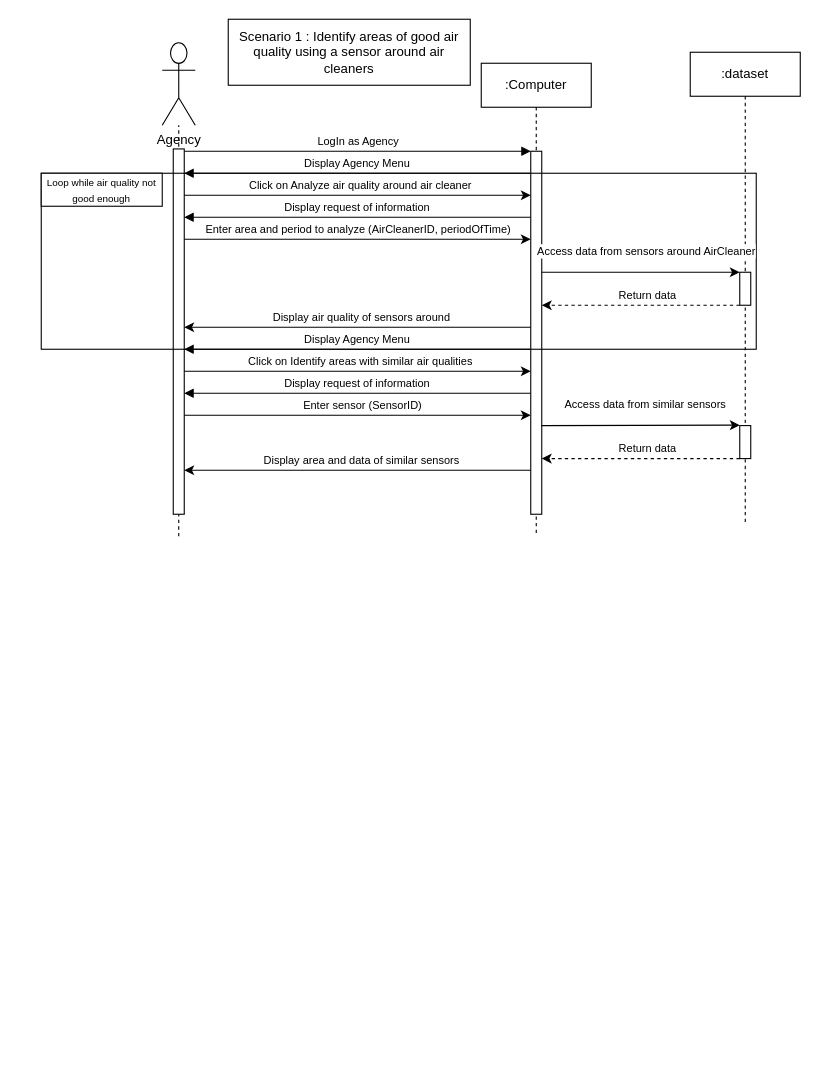
Above: Diagramme sans nom.drawio in Florian-LeVasseur/UML (draw.io), before the change. Source tidied: cells renumbered, new cells numbered last; positions are measured from the earlier drawing's top-left corner, leaving out a move shared by most shapes. Both pictures are drawn from the tidied source at 110%, with x=0, y=0 at pixel (41, 19).
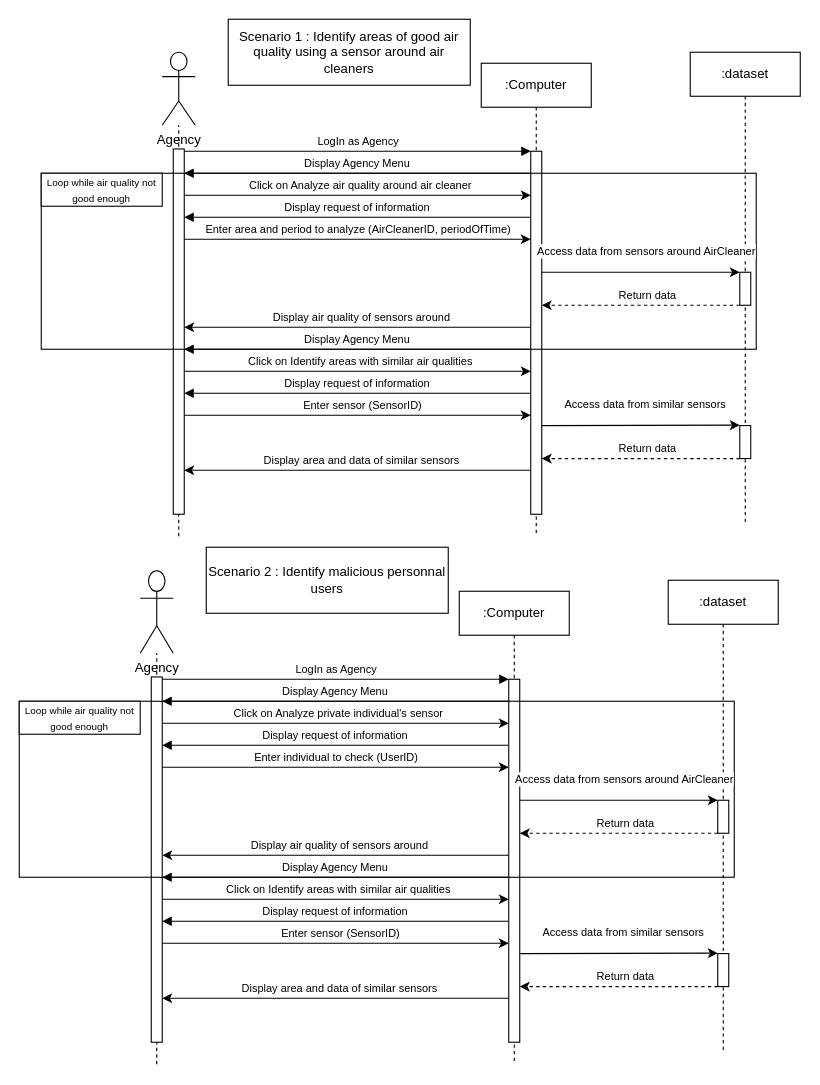
Above is the later version.

Commit message (it also covers changes not shown here):
Mettre à jour Diagramme sans nom.drawio

Unchanged cells that the change refers to:
```xml
<mxCell id="7" style="group;" parent="1" vertex="1">
  <mxGeometry x="110" width="540" height="450" as="geometry" />
</mxCell>
```

Change to the diagram source:
```diff
@@
     <mxCell id="8" value="&lt;div&gt;Agency&lt;/div&gt;&lt;div&gt;&lt;br&gt;&lt;/div&gt;" style="shape=umlActor;verticalLabelPosition=bottom;verticalAlign=top;html=1;outlineConnect=0;" parent="7" vertex="1">
-      <mxGeometry y="21.4" width="30" height="75" as="geometry" />
+      <mxGeometry y="30" width="30" height="66.4" as="geometry" />
     </mxCell>
@@
+    <mxCell id="39" value="&lt;div&gt;:Computer&lt;/div&gt;" style="shape=umlLifeline;perimeter=lifelinePerimeter;whiteSpace=wrap;html=1;newEdgeStyle={&quot;edgeStyle&quot;:&quot;elbowEdgeStyle&quot;,&quot;elbow&quot;:&quot;vertical&quot;,&quot;curved&quot;:0,&quot;rounded&quot;:0};" parent="1" vertex="1">
+      <mxGeometry x="380" y="520" width="100" height="430" as="geometry" />
+    </mxCell>
+    <mxCell id="40" style="html=1;points=[];perimeter=orthogonalPerimeter;outlineConnect=0;targetShapes=umlLifeline;portConstraint=eastwest;newEdgeStyle={&quot;edgeStyle&quot;:&quot;elbowEdgeStyle&quot;,&quot;elbow&quot;:&quot;vertical&quot;,&quot;curved&quot;:0,&quot;rounded&quot;:0};" parent="39" vertex="1">
+      <mxGeometry x="45" y="80" width="10" height="330" as="geometry" />
+    </mxCell>
+    <mxCell id="41" value="&lt;font style=&quot;font-size: 10px;&quot;&gt;LogIn as Agency&lt;/font&gt;" style="html=1;verticalAlign=bottom;endArrow=block;edgeStyle=elbowEdgeStyle;elbow=vertical;curved=0;rounded=0;" parent="1" edge="1" source="46" target="40">
+      <mxGeometry relative="1" as="geometry">
+        <Array as="points">
+          <mxPoint x="340" y="600" />
+        </Array>
+      </mxGeometry>
+    </mxCell>
+    <mxCell id="42" value="&lt;font style=&quot;font-size: 10px;&quot;&gt;Display Agency Menu&lt;/font&gt;" style="html=1;verticalAlign=bottom;endArrow=block;edgeStyle=elbowEdgeStyle;elbow=vertical;curved=0;rounded=0;" parent="1" edge="1" source="40" target="46">
+      <mxGeometry relative="1" as="geometry">
+        <Array as="points">
+          <mxPoint x="220" y="620" />
+          <mxPoint x="350" y="640" />
+        </Array>
+      </mxGeometry>
+    </mxCell>
+    <mxCell id="43" style="endArrow=none;dashed=1;html=1;rounded=0;" parent="1" edge="1" target="45">
+      <mxGeometry relative="1" as="geometry">
+        <mxPoint x="105" y="950" as="sourcePoint" />
+      </mxGeometry>
+    </mxCell>
+    <mxCell id="44" style="group;" parent="1" vertex="1">
+      <mxGeometry x="90" y="480" width="540" height="450" as="geometry" />
+    </mxCell>
+    <mxCell id="45" value="&lt;div&gt;Agency&lt;/div&gt;&lt;div&gt;&lt;br&gt;&lt;/div&gt;" style="shape=umlActor;verticalLabelPosition=bottom;verticalAlign=top;html=1;outlineConnect=0;" parent="44" vertex="1">
+      <mxGeometry y="21.4" width="30" height="75" as="geometry" />
+    </mxCell>
+    <mxCell id="46" style="html=1;points=[];perimeter=orthogonalPerimeter;outlineConnect=0;targetShapes=umlLifeline;portConstraint=eastwest;newEdgeStyle={&quot;edgeStyle&quot;:&quot;elbowEdgeStyle&quot;,&quot;elbow&quot;:&quot;vertical&quot;,&quot;curved&quot;:0,&quot;rounded&quot;:0};" parent="44" vertex="1">
+      <mxGeometry x="10" y="117.9" width="10" height="332.1" as="geometry" />
+    </mxCell>
+    <mxCell id="47" style="rounded=0;whiteSpace=wrap;html=1;fillColor=none;" parent="44" vertex="1">
+      <mxGeometry x="-110" y="140" width="650" height="160" as="geometry" />
+    </mxCell>
+    <mxCell id="48" style="edgeStyle=elbowEdgeStyle;rounded=0;orthogonalLoop=1;jettySize=auto;html=1;elbow=vertical;curved=0;" parent="1" edge="1">
+      <mxGeometry relative="1" as="geometry">
+        <mxPoint x="110" y="640" as="sourcePoint" />
+        <mxPoint x="425" y="640" as="targetPoint" />
+      </mxGeometry>
+    </mxCell>
+    <mxCell id="49" value="&lt;font style=&quot;font-size: 10px;&quot;&gt;Click on Analyze private individual's sensor&lt;br&gt;&lt;/font&gt;" style="edgeLabel;html=1;align=center;verticalAlign=middle;" parent="48" vertex="1">
+      <mxGeometry x="0.15" y="2" relative="1" as="geometry">
+        <mxPoint x="-22" y="-8" as="offset" />
+      </mxGeometry>
+    </mxCell>
+    <mxCell id="50" style="edgeStyle=elbowEdgeStyle;rounded=0;jettySize=auto;html=1;elbow=vertical;curved=0;" parent="1" edge="1" source="46" target="40">
+      <mxGeometry relative="1" as="geometry">
+        <Array as="points">
+          <mxPoint x="320" y="680" />
+          <mxPoint x="270" y="700" />
+          <mxPoint x="320" y="680" />
+          <mxPoint x="270" y="680" />
+        </Array>
+      </mxGeometry>
+    </mxCell>
+    <mxCell id="51" value="&lt;font style=&quot;font-size: 10px;&quot;&gt;Enter individual to check (UserID)&lt;br&gt;&lt;/font&gt;" style="edgeLabel;html=1;align=center;verticalAlign=middle;" parent="50" vertex="1">
+      <mxGeometry x="0.08" relative="1" as="geometry">
+        <mxPoint x="-13" y="-10" as="offset" />
+      </mxGeometry>
+    </mxCell>
+    <mxCell id="52" style="edgeStyle=elbowEdgeStyle;rounded=0;orthogonalLoop=1;jettySize=auto;html=1;elbow=vertical;curved=0;" parent="1" edge="1">
+      <mxGeometry relative="1" as="geometry">
+        <mxPoint x="425" y="760" as="sourcePoint" />
+        <mxPoint x="110" y="760" as="targetPoint" />
+      </mxGeometry>
+    </mxCell>
+    <mxCell id="53" value="&lt;font style=&quot;font-size: 10px;&quot;&gt;Display air quality of sensors around &lt;/font&gt;" style="edgeLabel;html=1;align=center;verticalAlign=middle;" parent="52" vertex="1">
+      <mxGeometry x="-0.11" y="-2" relative="1" as="geometry">
+        <mxPoint x="-15" y="-8" as="offset" />
+      </mxGeometry>
+    </mxCell>
+    <mxCell id="54" value="Scenario 2 : Identify malicious personnal users" style="rounded=0;whiteSpace=wrap;html=1;" parent="1" vertex="1">
+      <mxGeometry x="150" y="480" width="220" height="60" as="geometry" />
+    </mxCell>
+    <mxCell id="55" style="edgeStyle=elbowEdgeStyle;rounded=0;orthogonalLoop=1;jettySize=auto;html=1;elbow=vertical;curved=0;" parent="1" edge="1">
+      <mxGeometry relative="1" as="geometry">
+        <mxPoint x="110" y="840" as="sourcePoint" />
+        <mxPoint x="425" y="840" as="targetPoint" />
+        <Array as="points">
+          <mxPoint x="320" y="840" />
+          <mxPoint x="300" y="810" />
+        </Array>
+      </mxGeometry>
+    </mxCell>
+    <mxCell id="56" value="&lt;font style=&quot;font-size: 10px;&quot;&gt;Enter sensor (SensorID)&lt;/font&gt;" style="edgeLabel;html=1;align=center;verticalAlign=middle;" parent="55" vertex="1">
+      <mxGeometry x="0.02" y="1" relative="1" as="geometry">
+        <mxPoint y="-9" as="offset" />
+      </mxGeometry>
+    </mxCell>
+    <mxCell id="57" value="&lt;div&gt;:dataset&lt;/div&gt;" style="shape=umlLifeline;perimeter=lifelinePerimeter;whiteSpace=wrap;html=1;newEdgeStyle={&quot;edgeStyle&quot;:&quot;elbowEdgeStyle&quot;,&quot;elbow&quot;:&quot;vertical&quot;,&quot;curved&quot;:0,&quot;rounded&quot;:0};" parent="1" vertex="1">
+      <mxGeometry x="570" y="510" width="100" height="430" as="geometry" />
+    </mxCell>
+    <mxCell id="58" style="html=1;perimeter=orthogonalPerimeter;targetShapes=umlLifeline;newEdgeStyle={&quot;edgeStyle&quot;:&quot;elbowEdgeStyle&quot;,&quot;elbow&quot;:&quot;vertical&quot;,&quot;curved&quot;:0,&quot;rounded&quot;:0};" parent="57" vertex="1">
+      <mxGeometry x="45" y="200" width="10" height="30" as="geometry" />
+    </mxCell>
+    <mxCell id="59" style="html=1;points=[];perimeter=orthogonalPerimeter;outlineConnect=0;targetShapes=umlLifeline;portConstraint=eastwest;newEdgeStyle={&quot;edgeStyle&quot;:&quot;elbowEdgeStyle&quot;,&quot;elbow&quot;:&quot;vertical&quot;,&quot;curved&quot;:0,&quot;rounded&quot;:0};" parent="57" vertex="1">
+      <mxGeometry x="45" y="339.4" width="10" height="30" as="geometry" />
+    </mxCell>
+    <mxCell id="60" style="edgeStyle=elbowEdgeStyle;rounded=0;orthogonalLoop=1;jettySize=auto;html=1;elbow=vertical;curved=0;" parent="57" edge="1">
+      <mxGeometry relative="1" as="geometry">
+        <mxPoint x="-135" y="339.4" as="sourcePoint" />
+        <mxPoint x="45" y="339.4" as="targetPoint" />
+      </mxGeometry>
+    </mxCell>
+    <mxCell id="61" value="&lt;div&gt;&lt;font style=&quot;font-size: 10px;&quot;&gt;Access data from similar sensors&lt;/font&gt;&lt;/div&gt;" style="edgeLabel;html=1;align=center;verticalAlign=middle;" parent="60" vertex="1">
+      <mxGeometry x="-0.27" relative="1" as="geometry">
+        <mxPoint x="28" y="-20" as="offset" />
+      </mxGeometry>
+    </mxCell>
+    <mxCell id="62" style="edgeStyle=elbowEdgeStyle;rounded=0;jettySize=auto;html=1;elbow=vertical;curved=0;dashed=1;" parent="57" edge="1" source="59">
+      <mxGeometry relative="1" as="geometry">
+        <mxPoint x="-135" y="369.4" as="targetPoint" />
+        <Array as="points">
+          <mxPoint x="-80" y="369.4" />
+        </Array>
+      </mxGeometry>
+    </mxCell>
+    <mxCell id="63" value="&lt;font style=&quot;font-size: 10px;&quot;&gt;Return data&lt;/font&gt;" style="edgeLabel;html=1;align=center;verticalAlign=middle;" parent="62" vertex="1">
+      <mxGeometry x="-0.18" y="2" relative="1" as="geometry">
+        <mxPoint x="-11" y="-12" as="offset" />
+      </mxGeometry>
+    </mxCell>
+    <mxCell id="64" style="edgeStyle=elbowEdgeStyle;rounded=0;orthogonalLoop=1;jettySize=auto;html=1;elbow=vertical;curved=0;" parent="1" edge="1">
+      <mxGeometry relative="1" as="geometry">
+        <mxPoint x="435" y="710" as="sourcePoint" />
+        <mxPoint x="615" y="710" as="targetPoint" />
+      </mxGeometry>
+    </mxCell>
+    <mxCell id="65" value="&lt;font style=&quot;font-size: 10px;&quot;&gt;Access data from sensors around AirCleaner&lt;/font&gt;" style="edgeLabel;html=1;align=center;verticalAlign=middle;" parent="64" vertex="1">
+      <mxGeometry x="-0.27" relative="1" as="geometry">
+        <mxPoint x="28" y="-20" as="offset" />
+      </mxGeometry>
+    </mxCell>
+    <mxCell id="66" style="edgeStyle=elbowEdgeStyle;rounded=0;orthogonalLoop=1;jettySize=auto;html=1;elbow=vertical;curved=0;dashed=1;" parent="1" edge="1">
+      <mxGeometry relative="1" as="geometry">
+        <mxPoint x="615" y="740" as="sourcePoint" />
+        <mxPoint x="435" y="740" as="targetPoint" />
+      </mxGeometry>
+    </mxCell>
+    <mxCell id="67" value="&lt;font style=&quot;font-size: 10px;&quot;&gt;Return data&lt;/font&gt;" style="edgeLabel;html=1;align=center;verticalAlign=middle;" parent="66" vertex="1">
+      <mxGeometry x="-0.18" y="2" relative="1" as="geometry">
+        <mxPoint x="-11" y="-12" as="offset" />
+      </mxGeometry>
+    </mxCell>
+    <mxCell id="68" value="&lt;font style=&quot;font-size: 10px;&quot;&gt;Display Agency Menu&lt;/font&gt;" style="html=1;verticalAlign=bottom;endArrow=block;edgeStyle=elbowEdgeStyle;elbow=vertical;curved=0;rounded=0;" parent="1" edge="1">
+      <mxGeometry relative="1" as="geometry">
+        <mxPoint x="425" y="780" as="sourcePoint" />
+        <mxPoint x="110" y="780" as="targetPoint" />
+        <Array as="points">
+          <mxPoint x="220" y="780" />
+          <mxPoint x="350" y="800" />
+        </Array>
+      </mxGeometry>
+    </mxCell>
+    <mxCell id="69" style="edgeStyle=elbowEdgeStyle;rounded=0;orthogonalLoop=1;jettySize=auto;html=1;elbow=vertical;curved=0;" parent="1" edge="1">
+      <mxGeometry relative="1" as="geometry">
+        <mxPoint x="110" y="800" as="sourcePoint" />
+        <mxPoint x="425" y="800" as="targetPoint" />
+      </mxGeometry>
+    </mxCell>
+    <mxCell id="70" value="&lt;font style=&quot;font-size: 10px;&quot;&gt;Click on Identify areas with similar air qualities&lt;br&gt;&lt;/font&gt;" style="edgeLabel;html=1;align=center;verticalAlign=middle;" parent="69" vertex="1">
+      <mxGeometry x="0.15" y="2" relative="1" as="geometry">
+        <mxPoint x="-22" y="-8" as="offset" />
+      </mxGeometry>
+    </mxCell>
+    <mxCell id="71" value="&lt;font style=&quot;font-size: 10px;&quot;&gt;Display request of information&lt;br&gt;&lt;/font&gt;" style="html=1;verticalAlign=bottom;endArrow=block;edgeStyle=elbowEdgeStyle;elbow=vertical;curved=0;rounded=0;" parent="1" edge="1">
+      <mxGeometry relative="1" as="geometry">
+        <mxPoint x="425" y="820" as="sourcePoint" />
+        <mxPoint x="110" y="820" as="targetPoint" />
+        <Array as="points">
+          <mxPoint x="220" y="820" />
+          <mxPoint x="350" y="840" />
+        </Array>
+      </mxGeometry>
+    </mxCell>
+    <mxCell id="72" value="&lt;font style=&quot;font-size: 10px;&quot;&gt;Display request of information&lt;br&gt;&lt;/font&gt;" style="html=1;verticalAlign=bottom;endArrow=block;edgeStyle=elbowEdgeStyle;elbow=vertical;curved=0;rounded=0;" parent="1" edge="1">
+      <mxGeometry relative="1" as="geometry">
+        <mxPoint x="425" y="660" as="sourcePoint" />
+        <mxPoint x="110" y="660" as="targetPoint" />
+        <Array as="points">
+          <mxPoint x="220" y="660" />
+          <mxPoint x="350" y="680" />
+        </Array>
+      </mxGeometry>
+    </mxCell>
+    <mxCell id="73" style="edgeStyle=elbowEdgeStyle;rounded=0;orthogonalLoop=1;jettySize=auto;html=1;elbow=vertical;curved=0;" parent="1" edge="1">
+      <mxGeometry relative="1" as="geometry">
+        <mxPoint x="425" y="890" as="sourcePoint" />
+        <mxPoint x="110" y="890" as="targetPoint" />
+      </mxGeometry>
+    </mxCell>
+    <mxCell id="74" value="&lt;font style=&quot;font-size: 10px;&quot;&gt;Display area and data of similar sensors &lt;/font&gt;" style="edgeLabel;html=1;align=center;verticalAlign=middle;" parent="73" vertex="1">
+      <mxGeometry x="-0.11" y="-2" relative="1" as="geometry">
+        <mxPoint x="-15" y="-8" as="offset" />
+      </mxGeometry>
+    </mxCell>
+    <mxCell id="75" value="&lt;font style=&quot;font-size: 9px;&quot;&gt;Loop while air quality not good enough&lt;/font&gt;" style="rounded=0;whiteSpace=wrap;html=1;" parent="1" vertex="1">
+      <mxGeometry x="-20" y="620" width="110" height="30" as="geometry" />
+    </mxCell>
```
